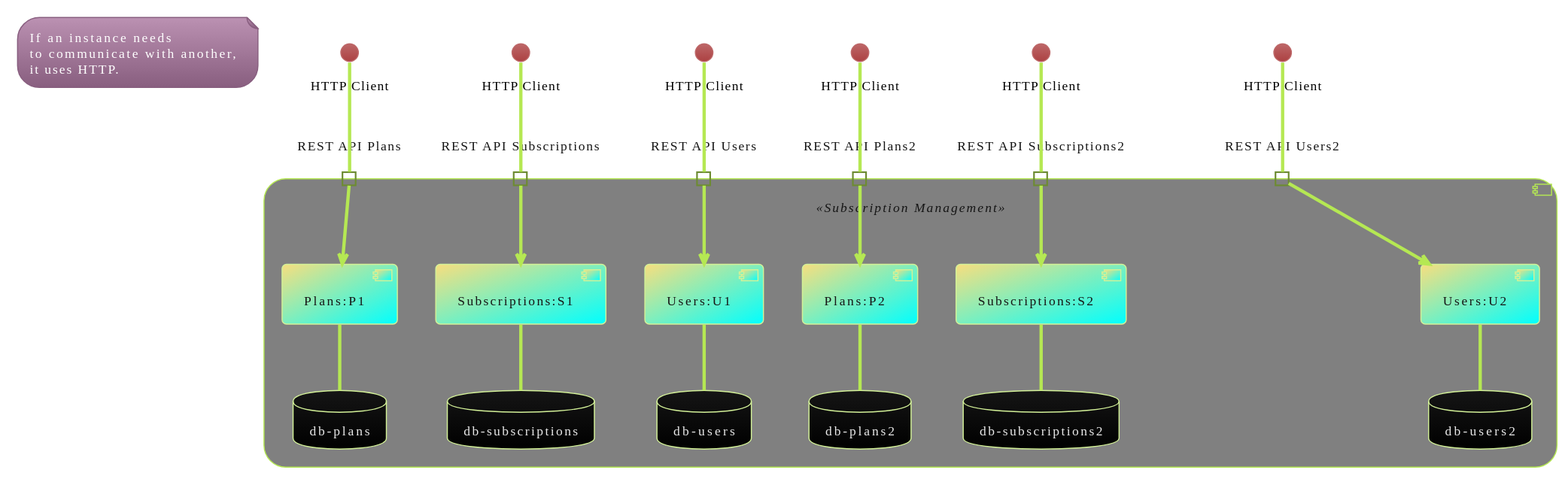
The PlantUML diagram sidis-project1-protobuf/docs/CD-N2.svg in tam65r/protobuf-in-REST-aplication, before a commit. The source it was exported from:
```plantuml
@startuml
!theme hacker

skinparam interfaceFontColor Black



component " " <<Subscription Management>> {
    portin "REST API Plans"  as apiP
    portin "REST API Subscriptions" as apiS
    portin "REST API Users" as apiU
        portin "REST API Plans2"  as apiP2
        portin "REST API Subscriptions2" as apiS2
        portin "REST API Users2" as apiU2

    component "Plans:P1" as plans #F8DE7E/00FFFF
    component "Subscriptions:S1" as subscriptions #F8DE7E/00FFFF
    component "Users:U1" as users #F8DE7E/00FFFF
    database "db-plans" as dbplans
    database "db-users" as dbusers
    database "db-subscriptions" as dbsub

        component "Plans:P2" as plans2 #F8DE7E/00FFFF
        component "Subscriptions:S2" as subscriptions2 #F8DE7E/00FFFF
        component "Users:U2" as users2 #F8DE7E/00FFFF
        database "db-plans2" as dbplans2
        database "db-users2" as dbusers2
        database "db-subscriptions2" as dbsub2

}
    note as Note
    If an instance needs
    to communicate with another,
    it uses HTTP.
end note

skinparam component {
    backgroundColor grey
}

interface "HTTP Client" as HTTPa
interface "HTTP Client" as HTTPb
interface "HTTP Client" as HTTPc

interface "HTTP Client" as HTTPa2
interface "HTTP Client" as HTTPb2
interface "HTTP Client" as HTTPc2
apiP --> plans
apiS --> subscriptions
apiU --> users

HTTPa -- apiP
HTTPb -- apiS
HTTPc -- apiU

plans -- dbplans
users -- dbusers
subscriptions -- dbsub


apiP2 --> plans2
apiS2 --> subscriptions2
apiU2 --> users2

HTTPa2 -- apiP2
HTTPb2 -- apiS2
HTTPc2 -- apiU2

plans2 -- dbplans2
users2 -- dbusers2
subscriptions2 -- dbsub2
@enduml
```
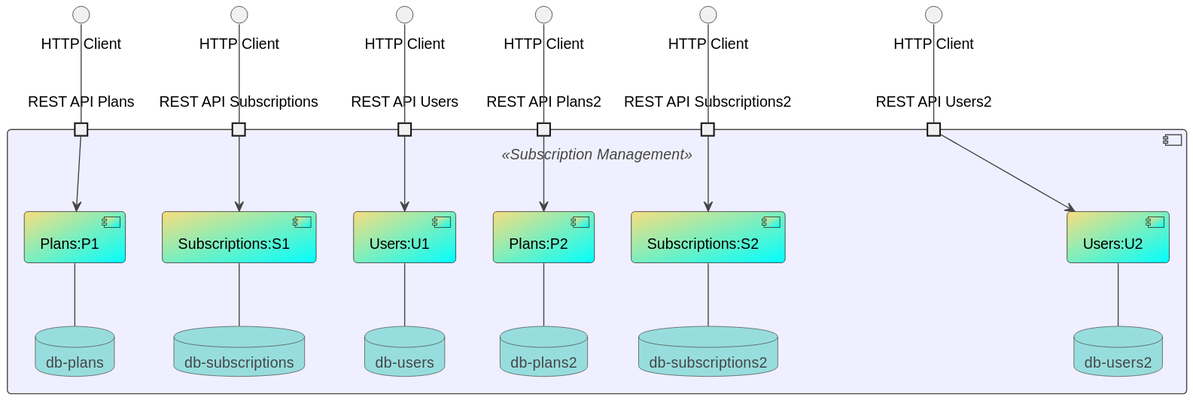
The same diagram one commit later.

The edit, as a diff of the source:
```diff
@@ -1,10 +1,7 @@
 @startuml
-!theme hacker
+!theme toy
 
-skinparam interfaceFontColor Black
-
-
-
+skinparam backgroundColor Transparent
 component " " <<Subscription Management>> {
     portin "REST API Plans"  as apiP
     portin "REST API Subscriptions" as apiS
@@ -28,14 +25,10 @@
         database "db-subscriptions2" as dbsub2
 
 }
-    note as Note
-    If an instance needs
-    to communicate with another,
-    it uses HTTP.
-end note
+
 
 skinparam component {
-    backgroundColor grey
+    backgroundColor MOTIVATION
 }
 
 interface "HTTP Client" as HTTPa
```
